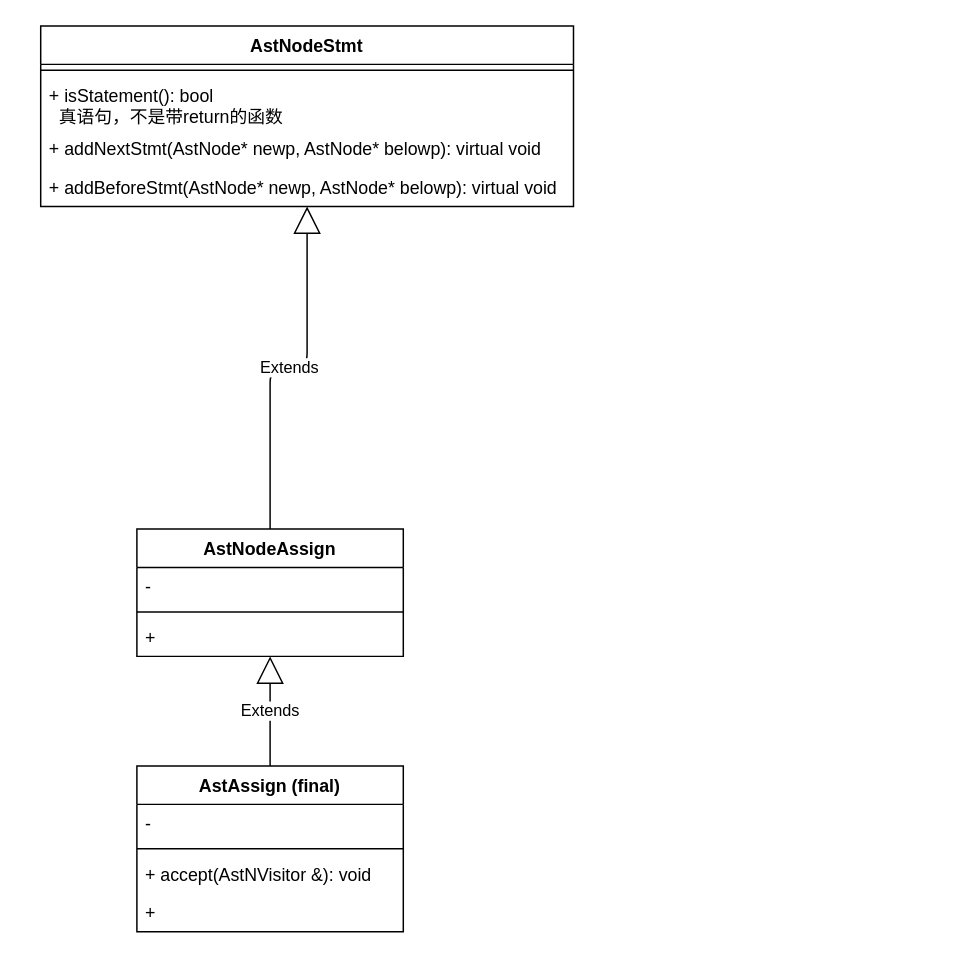
The draw.io diagram verilator_digrams/AstNodeStmt.drawio in Dercury/CLDK, before the edit. Source tidied: cells renumbered, new cells numbered last; positions are measured from the earlier drawing's top-left corner, leaving out a move shared by most shapes. Both pictures are drawn from the tidied source at 148%, with x=0, y=0 at pixel (40, 25).
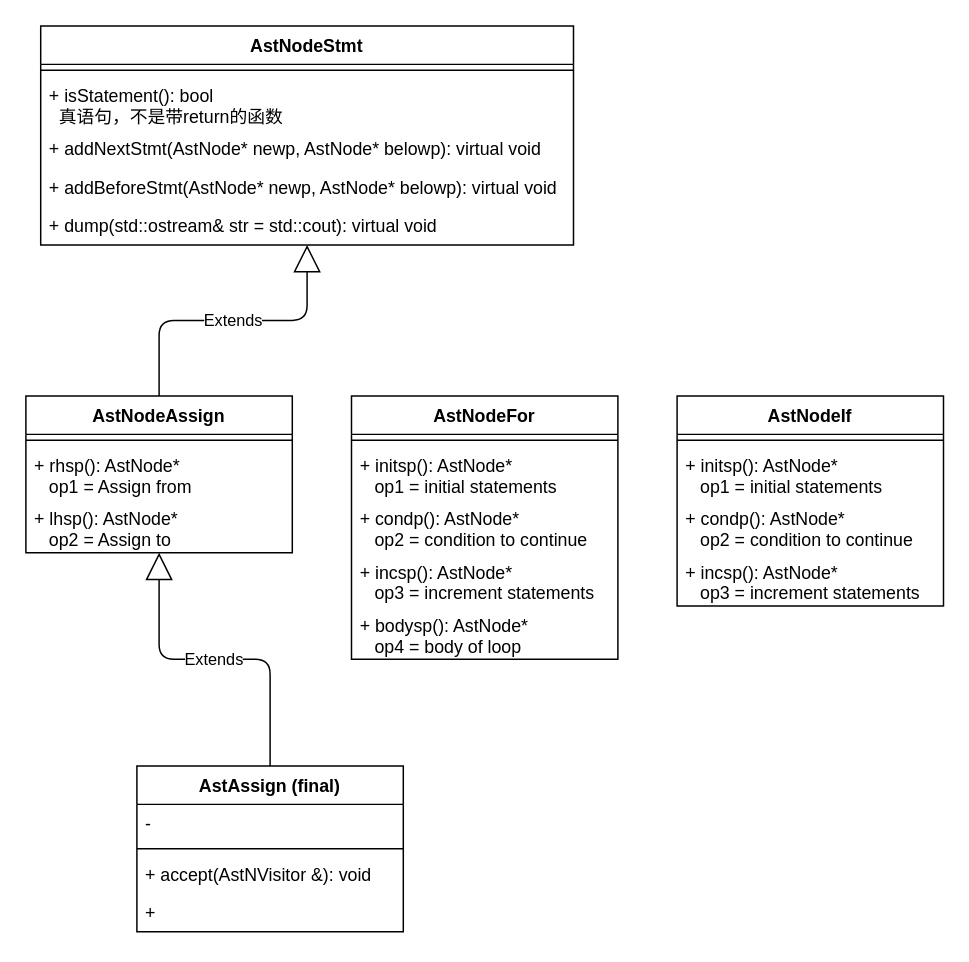
Above is the later version.

Change to the diagram source:
```diff
@@
     <mxCell id="2" value="AstNodeStmt" style="swimlane;fontStyle=1;align=center;verticalAlign=top;horizontal=1;startSize=26;" parent="1" vertex="1">
-      <mxGeometry width="360" height="122" as="geometry" />
+      <mxGeometry width="360" height="148" as="geometry" />
     </mxCell>
@@
+    <mxCell id="18" value="+ addBeforeStmt(AstNode* newp, AstNode* belowp): virtual void" style="text;strokeColor=none;fillColor=none;align=left;verticalAlign=top;spacingLeft=4;spacingRight=4;overflow=hidden;" parent="2" vertex="1">
+      <mxGeometry y="96" width="360" height="26" as="geometry" />
+    </mxCell>
-    <mxCell id="6" value="+ addBeforeStmt(AstNode* newp, AstNode* belowp): virtual void" style="text;strokeColor=none;fillColor=none;align=left;verticalAlign=top;spacingLeft=4;spacingRight=4;overflow=hidden;" parent="2" vertex="1">
-      <mxGeometry y="96" width="360" height="26" as="geometry" />
+    <mxCell id="6" value="+ dump(std::ostream&amp; str = std::cout): virtual void" style="text;strokeColor=none;fillColor=none;align=left;verticalAlign=top;spacingLeft=4;spacingRight=4;overflow=hidden;" parent="2" vertex="1">
+      <mxGeometry y="122" width="360" height="26" as="geometry" />
     </mxCell>
     <mxCell id="7" value="AstNodeAssign" style="swimlane;fontStyle=1;align=center;verticalAlign=top;horizontal=1;startSize=26;" parent="1" vertex="1">
-      <mxGeometry x="65" y="340" width="180" height="86" as="geometry" />
+      <mxGeometry x="-10" y="250" width="180" height="106" as="geometry" />
     </mxCell>
-    <mxCell id="8" value="- " style="text;strokeColor=none;fillColor=none;align=left;verticalAlign=top;spacingLeft=4;spacingRight=4;overflow=hidden;" parent="7" vertex="1">
-      <mxGeometry y="26" width="180" height="26" as="geometry" />
-    </mxCell>
     <mxCell id="9" style="line;strokeWidth=1;fillColor=none;align=left;verticalAlign=middle;spacingTop=-1;spacingLeft=3;spacingRight=3;labelPosition=right;" parent="7" vertex="1">
-      <mxGeometry y="52" width="180" height="8" as="geometry" />
+      <mxGeometry y="26" width="180" height="8" as="geometry" />
     </mxCell>
-    <mxCell id="10" value="+ " style="text;strokeColor=none;fillColor=none;align=left;verticalAlign=top;spacingLeft=4;spacingRight=4;overflow=hidden;" parent="7" vertex="1">
-      <mxGeometry y="60" width="180" height="26" as="geometry" />
+    <mxCell id="10" value="+ rhsp(): AstNode*&#10;   op1 = Assign from" style="text;strokeColor=none;fillColor=none;align=left;verticalAlign=top;spacingLeft=4;spacingRight=4;overflow=hidden;" parent="7" vertex="1">
+      <mxGeometry y="34" width="180" height="36" as="geometry" />
     </mxCell>
+    <mxCell id="19" value="+ lhsp(): AstNode*&#10;   op2 = Assign to" style="text;strokeColor=none;fillColor=none;align=left;verticalAlign=top;spacingLeft=4;spacingRight=4;overflow=hidden;" parent="7" vertex="1">
+      <mxGeometry y="70" width="180" height="36" as="geometry" />
+    </mxCell>
@@
+    <mxCell id="20" value="AstNodeFor" style="swimlane;fontStyle=1;align=center;verticalAlign=top;horizontal=1;startSize=26;" parent="1" vertex="1">
+      <mxGeometry x="210" y="250" width="180" height="178" as="geometry" />
+    </mxCell>
+    <mxCell id="21" style="line;strokeWidth=1;fillColor=none;align=left;verticalAlign=middle;spacingTop=-1;spacingLeft=3;spacingRight=3;labelPosition=right;" parent="20" vertex="1">
+      <mxGeometry y="26" width="180" height="8" as="geometry" />
+    </mxCell>
+    <mxCell id="22" value="+ initsp(): AstNode*&#10;   op1 = initial statements" style="text;strokeColor=none;fillColor=none;align=left;verticalAlign=top;spacingLeft=4;spacingRight=4;overflow=hidden;" parent="20" vertex="1">
+      <mxGeometry y="34" width="180" height="36" as="geometry" />
+    </mxCell>
+    <mxCell id="23" value="+ condp(): AstNode*&#10;   op2 = condition to continue" style="text;strokeColor=none;fillColor=none;align=left;verticalAlign=top;spacingLeft=4;spacingRight=4;overflow=hidden;" parent="20" vertex="1">
+      <mxGeometry y="70" width="180" height="36" as="geometry" />
+    </mxCell>
+    <mxCell id="24" value="+ incsp(): AstNode*&#10;   op3 = increment statements" style="text;strokeColor=none;fillColor=none;align=left;verticalAlign=top;spacingLeft=4;spacingRight=4;overflow=hidden;" parent="20" vertex="1">
+      <mxGeometry y="106" width="180" height="36" as="geometry" />
+    </mxCell>
+    <mxCell id="25" value="+ bodysp(): AstNode*&#10;   op4 = body of loop" style="text;strokeColor=none;fillColor=none;align=left;verticalAlign=top;spacingLeft=4;spacingRight=4;overflow=hidden;" parent="20" vertex="1">
+      <mxGeometry y="142" width="180" height="36" as="geometry" />
+    </mxCell>
+    <mxCell id="26" value="AstNodeIf" style="swimlane;fontStyle=1;align=center;verticalAlign=top;horizontal=1;startSize=26;" parent="1" vertex="1">
+      <mxGeometry x="430" y="250" width="180" height="142" as="geometry" />
+    </mxCell>
+    <mxCell id="27" style="line;strokeWidth=1;fillColor=none;align=left;verticalAlign=middle;spacingTop=-1;spacingLeft=3;spacingRight=3;labelPosition=right;" parent="26" vertex="1">
+      <mxGeometry y="26" width="180" height="8" as="geometry" />
+    </mxCell>
+    <mxCell id="28" value="+ initsp(): AstNode*&#10;   op1 = initial statements" style="text;strokeColor=none;fillColor=none;align=left;verticalAlign=top;spacingLeft=4;spacingRight=4;overflow=hidden;" parent="26" vertex="1">
+      <mxGeometry y="34" width="180" height="36" as="geometry" />
+    </mxCell>
+    <mxCell id="29" value="+ condp(): AstNode*&#10;   op2 = condition to continue" style="text;strokeColor=none;fillColor=none;align=left;verticalAlign=top;spacingLeft=4;spacingRight=4;overflow=hidden;" parent="26" vertex="1">
+      <mxGeometry y="70" width="180" height="36" as="geometry" />
+    </mxCell>
+    <mxCell id="30" value="+ incsp(): AstNode*&#10;   op3 = increment statements" style="text;strokeColor=none;fillColor=none;align=left;verticalAlign=top;spacingLeft=4;spacingRight=4;overflow=hidden;" parent="26" vertex="1">
+      <mxGeometry y="106" width="180" height="36" as="geometry" />
+    </mxCell>
```
